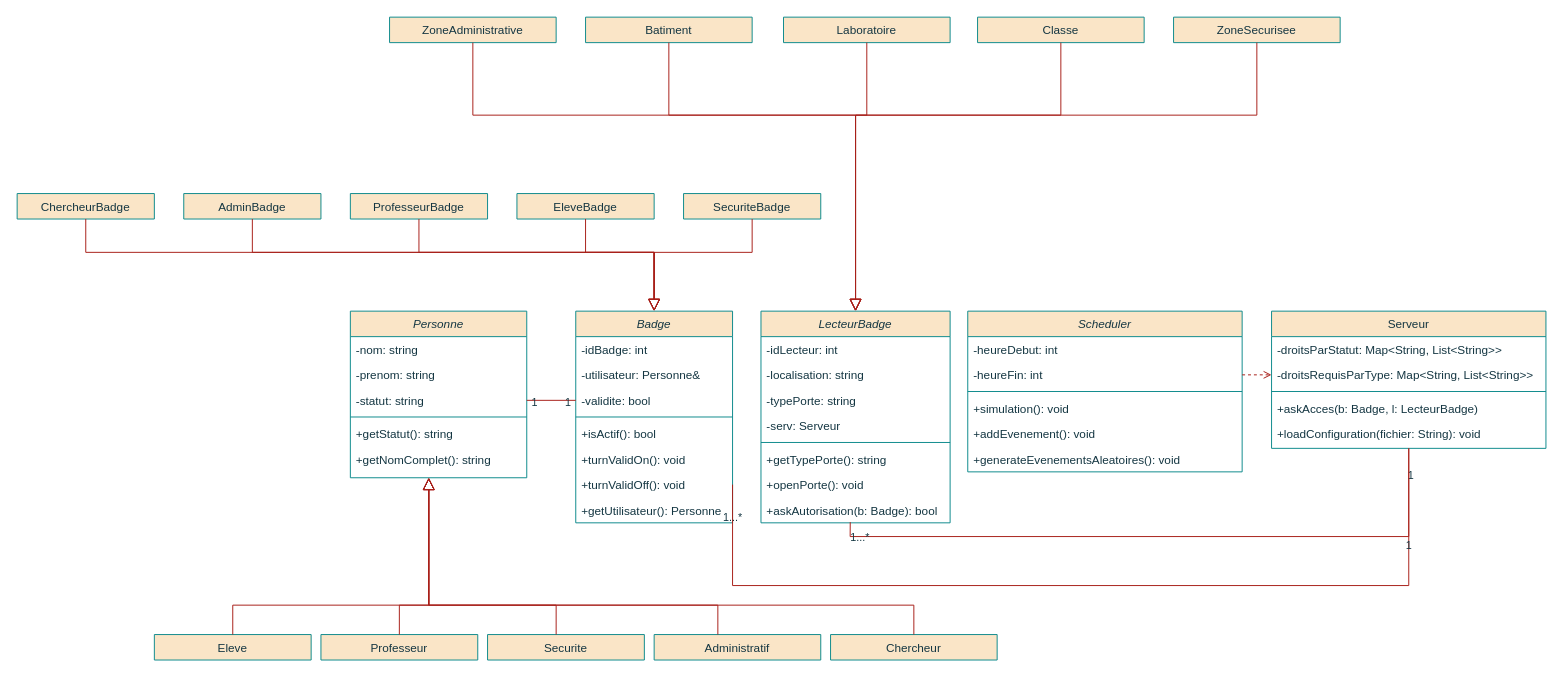
Earlier version of the draw.io diagram ProjetAP4_CeliaJournet.drawio (Cepostale/Access_control). Source tidied: cells renumbered, new cells numbered last; positions are measured from the earlier drawing's top-left corner, leaving out a move shared by most shapes. Both pictures are drawn from the tidied source at 98%, with x=0, y=0 at pixel (17, 17).
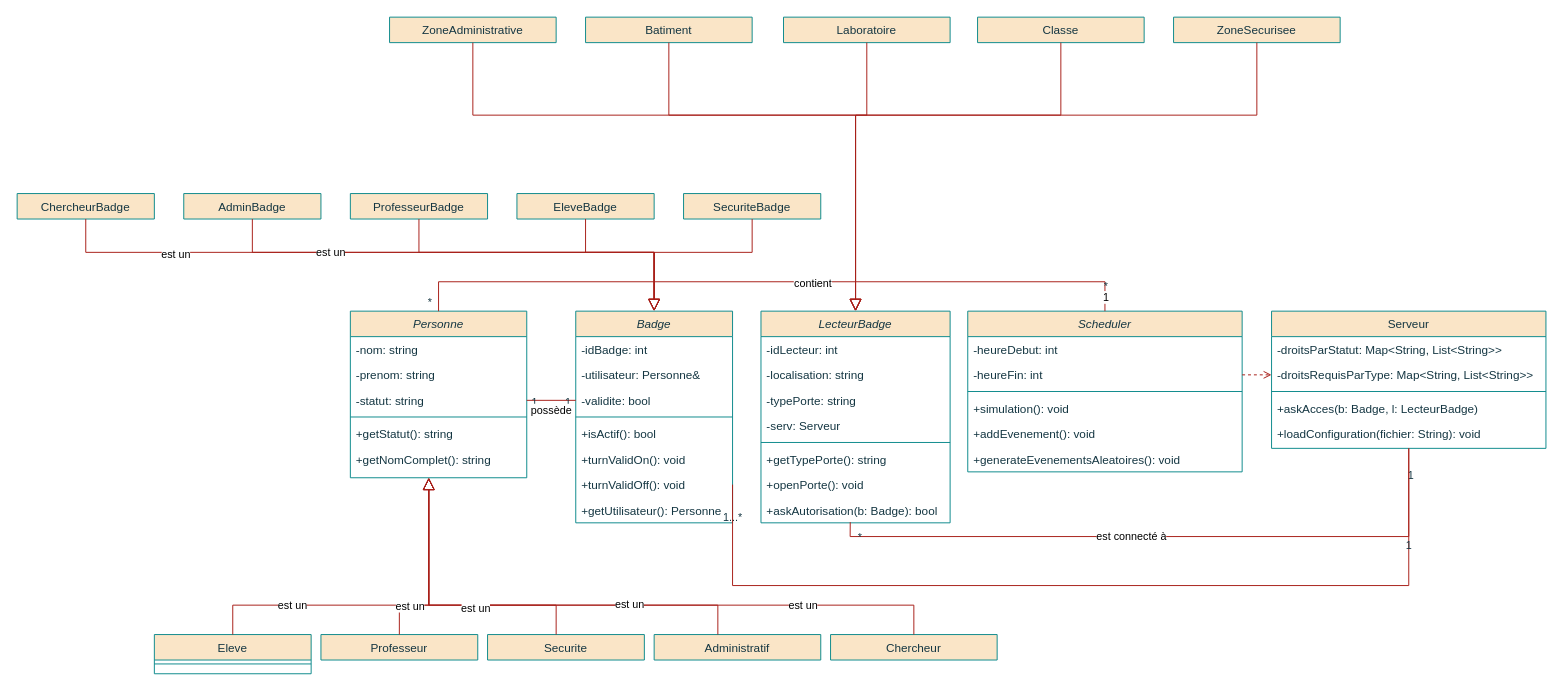
The same page after the edit.

The change refers to these unchanged cells:
```xml
<mxCell id="2" value="Personne" style="swimlane;fontStyle=2;align=center;verticalAlign=top;horizontal=1;startSize=26;rounded=0;shadow=0;strokeWidth=1;labelBackgroundColor=none;fillColor=#FAE5C7;strokeColor=#0F8B8D;fontColor=#143642;" parent="1" vertex="1">
  <mxGeometry x="340" y="300" width="180" height="170" as="geometry" />
</mxCell>
<mxCell id="10" style="endArrow=block;endSize=10;endFill=0;shadow=0;strokeWidth=1;rounded=0;curved=0;edgeStyle=elbowEdgeStyle;elbow=vertical;labelBackgroundColor=none;strokeColor=#A8201A;fontColor=default;" parent="1" edge="1" source="9">
  <mxGeometry relative="1" as="geometry">
    <mxPoint x="420" y="470" as="targetPoint" />
    <Array as="points">
      <mxPoint x="320" y="600" />
    </Array>
  </mxGeometry>
</mxCell>
<mxCell id="19" value="Scheduler" style="swimlane;fontStyle=2;align=center;verticalAlign=top;horizontal=1;startSize=26;rounded=0;shadow=0;strokeWidth=1;labelBackgroundColor=none;fillColor=#FAE5C7;strokeColor=#0F8B8D;fontColor=#143642;" parent="1" vertex="1">
  <mxGeometry x="970" y="300" width="280" height="164" as="geometry" />
</mxCell>
<mxCell id="29" style="endArrow=block;endSize=10;endFill=0;shadow=0;strokeWidth=1;rounded=0;curved=0;edgeStyle=elbowEdgeStyle;elbow=vertical;exitX=0.5;exitY=0;exitDx=0;exitDy=0;labelBackgroundColor=none;strokeColor=#A8201A;fontColor=default;" parent="1" edge="1" source="26">
  <mxGeometry relative="1" as="geometry">
    <mxPoint x="420" y="470" as="targetPoint" />
    <Array as="points">
      <mxPoint x="410" y="600" />
    </Array>
  </mxGeometry>
</mxCell>
<mxCell id="48" style="endArrow=none;html=1;rounded=0;exitX=1;exitY=0.5;exitDx=0;exitDy=0;entryX=0;entryY=0.5;entryDx=0;entryDy=0;labelBackgroundColor=none;strokeColor=#A8201A;fontColor=default;" parent="1" edge="1" source="5" target="33">
  <mxGeometry relative="1" as="geometry" />
</mxCell>
<mxCell id="54" style="endArrow=none;html=1;rounded=0;exitX=0.5;exitY=1;exitDx=0;exitDy=0;entryX=0.472;entryY=0.974;entryDx=0;entryDy=0;entryPerimeter=0;labelBackgroundColor=none;strokeColor=#A8201A;fontColor=default;" parent="1" edge="1" source="13" target="47">
  <mxGeometry relative="1" as="geometry">
    <Array as="points">
      <mxPoint x="1420" y="530" />
      <mxPoint x="850" y="530" />
    </Array>
  </mxGeometry>
</mxCell>
<mxCell id="77" style="endArrow=block;endSize=10;endFill=0;shadow=0;strokeWidth=1;rounded=0;curved=0;edgeStyle=elbowEdgeStyle;elbow=vertical;exitX=0.5;exitY=0;exitDx=0;exitDy=0;labelBackgroundColor=none;strokeColor=#A8201A;fontColor=default;" parent="1" edge="1" source="76">
  <mxGeometry relative="1" as="geometry">
    <mxPoint x="420" y="470" as="targetPoint" />
    <Array as="points">
      <mxPoint x="680" y="600" />
    </Array>
  </mxGeometry>
</mxCell>
<mxCell id="79" style="endArrow=block;endSize=10;endFill=0;shadow=0;strokeWidth=1;rounded=0;curved=0;edgeStyle=elbowEdgeStyle;elbow=vertical;exitX=0.5;exitY=1;exitDx=0;exitDy=0;labelBackgroundColor=none;strokeColor=#A8201A;fontColor=default;entryX=0.5;entryY=0;entryDx=0;entryDy=0;" parent="1" edge="1" source="78" target="30">
  <mxGeometry relative="1" as="geometry">
    <Array as="points">
      <mxPoint x="360" y="240" />
    </Array>
  </mxGeometry>
</mxCell>
```

Diff of the diagram source:
```diff
@@
-    <mxCell id="9" value="Eleve" style="swimlane;fontStyle=0;align=center;verticalAlign=top;horizontal=1;startSize=26;rounded=0;shadow=0;strokeWidth=1;labelBackgroundColor=none;fillColor=#FAE5C7;strokeColor=#0F8B8D;fontColor=#143642;" parent="1" vertex="1" collapsed="1">
-      <mxGeometry x="140" y="630" width="160" height="26" as="geometry" />
+    <mxCell id="9" value="Eleve" style="swimlane;fontStyle=0;align=center;verticalAlign=top;horizontal=1;startSize=26;rounded=0;shadow=0;strokeWidth=1;labelBackgroundColor=none;fillColor=#FAE5C7;strokeColor=#0F8B8D;fontColor=#143642;" parent="1" vertex="1">
+      <mxGeometry x="140" y="630" width="160" height="40" as="geometry" />
     </mxCell>
+    <mxCell id="80" style="line;html=1;strokeWidth=1;align=left;verticalAlign=middle;spacingTop=-1;spacingLeft=3;spacingRight=3;labelPosition=right;labelBackgroundColor=none;fillColor=#FAE5C7;strokeColor=#0F8B8D;fontColor=#143642;" parent="9" vertex="1">
+      <mxGeometry y="26" width="160" height="8" as="geometry" />
+    </mxCell>
@@
+    <mxCell id="81" value="est un" style="edgeLabel;html=1;align=center;verticalAlign=middle;" parent="10" vertex="1">
+      <mxGeometry x="-0.5" y="1" relative="1" as="geometry" />
+    </mxCell>
@@
+    <mxCell id="82" value="est un" style="edgeLabel;html=1;align=center;verticalAlign=middle;" parent="29" vertex="1">
+      <mxGeometry x="-0.45" relative="1" as="geometry">
+        <mxPoint x="-12" as="offset" />
+      </mxGeometry>
+    </mxCell>
@@
+    <mxCell id="83" value="possède" style="edgeLabel;html=1;align=center;verticalAlign=middle;" parent="48" vertex="1">
+      <mxGeometry x="-0.05" y="2" relative="1" as="geometry">
+        <mxPoint y="11" as="offset" />
+      </mxGeometry>
+    </mxCell>
@@
-    <mxCell id="56" value="1...*" style="edgeLabel;html=1;align=center;verticalAlign=middle;labelBackgroundColor=none;fontColor=#143642;" parent="54" vertex="1">
+    <mxCell id="56" value="*" style="edgeLabel;html=1;align=center;verticalAlign=middle;labelBackgroundColor=none;fontColor=#143642;" parent="54" vertex="1">
       <mxGeometry x="0.93" relative="1" as="geometry" />
     </mxCell>
+    <mxCell id="84" value="est connecté à" style="edgeLabel;html=1;align=center;verticalAlign=middle;" parent="54" vertex="1">
+      <mxGeometry x="0.11" y="-1" relative="1" as="geometry" />
+    </mxCell>
@@
+    <mxCell id="85" value="est un" style="edgeLabel;html=1;align=center;verticalAlign=middle;" parent="77" vertex="1">
+      <mxGeometry x="0.46" y="2" relative="1" as="geometry" />
+    </mxCell>
+    <mxCell id="86" value="est un" style="edgeLabel;html=1;align=center;verticalAlign=middle;" parent="77" vertex="1">
+      <mxGeometry x="-0.02" y="-2" relative="1" as="geometry" />
+    </mxCell>
+    <mxCell id="87" value="est un" style="edgeLabel;html=1;align=center;verticalAlign=middle;" parent="77" vertex="1">
+      <mxGeometry x="-0.56" y="-1" relative="1" as="geometry" />
+    </mxCell>
@@
+    <mxCell id="88" value="est un" style="edgeLabel;html=1;align=center;verticalAlign=middle;" parent="79" vertex="1">
+      <mxGeometry x="-0.63" y="-1" relative="1" as="geometry" />
+    </mxCell>
+    <mxCell id="89" value="est un" style="edgeLabel;html=1;align=center;verticalAlign=middle;" parent="79" vertex="1">
+      <mxGeometry x="-0.16" y="1" relative="1" as="geometry" />
+    </mxCell>
+    <mxCell id="90" style="endArrow=none;html=1;rounded=0;exitX=0.5;exitY=0;exitDx=0;exitDy=0;entryX=0.5;entryY=0;entryDx=0;entryDy=0;labelBackgroundColor=none;strokeColor=#A8201A;fontColor=default;" parent="1" edge="1" source="2" target="19">
+      <mxGeometry relative="1" as="geometry">
+        <Array as="points">
+          <mxPoint x="430" y="270" />
+          <mxPoint x="1110" y="270" />
+        </Array>
+      </mxGeometry>
+    </mxCell>
+    <mxCell id="91" value="*" style="edgeLabel;html=1;align=center;verticalAlign=middle;labelBackgroundColor=none;fontColor=#143642;" parent="90" vertex="1">
+      <mxGeometry x="-0.92" y="1" relative="1" as="geometry">
+        <mxPoint x="-10" y="21" as="offset" />
+      </mxGeometry>
+    </mxCell>
+    <mxCell id="92" value="*" style="edgeLabel;html=1;align=center;verticalAlign=middle;labelBackgroundColor=none;fontColor=#143642;" parent="90" vertex="1">
+      <mxGeometry x="0.93" relative="1" as="geometry" />
+    </mxCell>
+    <mxCell id="93" value="contient" style="edgeLabel;html=1;align=center;verticalAlign=middle;" parent="90" vertex="1">
+      <mxGeometry x="0.11" y="-1" relative="1" as="geometry" />
+    </mxCell>
+    <mxCell id="94" value="1" style="edgeLabel;html=1;align=center;verticalAlign=middle;" parent="90" vertex="1">
+      <mxGeometry x="0.96" relative="1" as="geometry" />
+    </mxCell>
```
